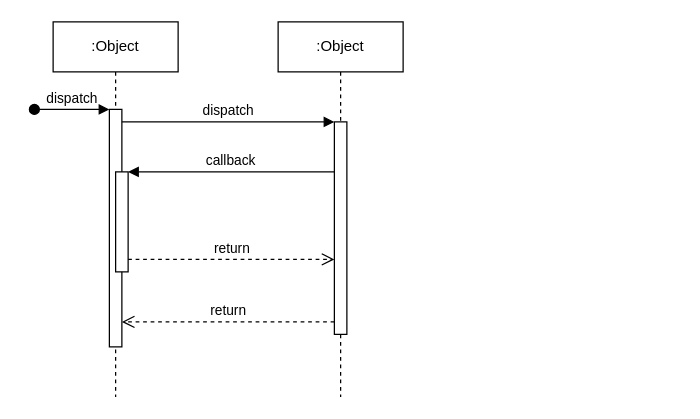
Earlier version of the draw.io diagram Diagramme de séquence EcoRide.drawio (elodiealix91620/EcoRide). Source tidied: cells renumbered, new cells numbered last; positions are measured from the earlier drawing's top-left corner, leaving out a move shared by most shapes. Both pictures are drawn from the tidied source at 125%, with x=0, y=0 at pixel (34, 21).
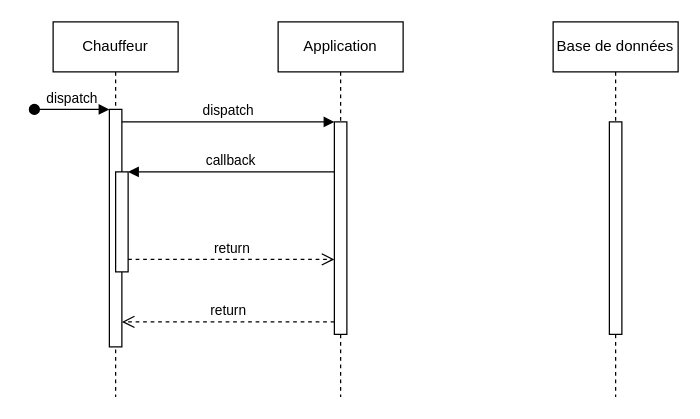
The same diagram, later.

Commit message:
Mettre à jour Diagramme de séquence EcoRide.drawio

Change to the diagram source:
```diff
@@
 <mxGraphModel>
   <root>
     <mxCell id="0" />
     <mxCell id="1" parent="0" />
-    <mxCell id="2" value=":Object" style="shape=umlLifeline;perimeter=lifelinePerimeter;whiteSpace=wrap;html=1;newEdgeStyle={&quot;edgeStyle&quot;:&quot;elbowEdgeStyle&quot;,&quot;elbow&quot;:&quot;vertical&quot;,&quot;curved&quot;:0,&quot;rounded&quot;:0};" parent="1" vertex="1">
+    <mxCell id="2" value="Chauffeur" style="shape=umlLifeline;perimeter=lifelinePerimeter;whiteSpace=wrap;html=1;newEdgeStyle={&quot;edgeStyle&quot;:&quot;elbowEdgeStyle&quot;,&quot;elbow&quot;:&quot;vertical&quot;,&quot;curved&quot;:0,&quot;rounded&quot;:0};" parent="1" vertex="1">
       <mxGeometry x="15" width="100" height="300" as="geometry" />
     </mxCell>
     <mxCell id="3" style="html=1;points=[];perimeter=orthogonalPerimeter;outlineConnect=0;targetShapes=umlLifeline;portConstraint=eastwest;newEdgeStyle={&quot;edgeStyle&quot;:&quot;elbowEdgeStyle&quot;,&quot;elbow&quot;:&quot;vertical&quot;,&quot;curved&quot;:0,&quot;rounded&quot;:0};" parent="2" vertex="1">
       <mxGeometry x="45" y="70" width="10" height="190" as="geometry" />
     </mxCell>
     <mxCell id="4" value="dispatch" style="html=1;verticalAlign=bottom;startArrow=oval;endArrow=block;startSize=8;edgeStyle=elbowEdgeStyle;elbow=vertical;curved=0;rounded=0;" parent="2" edge="1" target="3">
       <mxGeometry relative="1" as="geometry">
         <mxPoint x="-15" y="70" as="sourcePoint" />
       </mxGeometry>
     </mxCell>
     <mxCell id="5" style="html=1;points=[];perimeter=orthogonalPerimeter;outlineConnect=0;targetShapes=umlLifeline;portConstraint=eastwest;newEdgeStyle={&quot;edgeStyle&quot;:&quot;elbowEdgeStyle&quot;,&quot;elbow&quot;:&quot;vertical&quot;,&quot;curved&quot;:0,&quot;rounded&quot;:0};" parent="2" vertex="1">
       <mxGeometry x="50" y="120" width="10" height="80" as="geometry" />
     </mxCell>
-    <mxCell id="6" value=":Object" style="shape=umlLifeline;perimeter=lifelinePerimeter;whiteSpace=wrap;html=1;newEdgeStyle={&quot;edgeStyle&quot;:&quot;elbowEdgeStyle&quot;,&quot;elbow&quot;:&quot;vertical&quot;,&quot;curved&quot;:0,&quot;rounded&quot;:0};" parent="1" vertex="1">
+    <mxCell id="6" value="Application" style="shape=umlLifeline;perimeter=lifelinePerimeter;whiteSpace=wrap;html=1;newEdgeStyle={&quot;edgeStyle&quot;:&quot;elbowEdgeStyle&quot;,&quot;elbow&quot;:&quot;vertical&quot;,&quot;curved&quot;:0,&quot;rounded&quot;:0};" parent="1" vertex="1">
       <mxGeometry x="195" width="100" height="300" as="geometry" />
     </mxCell>
     <mxCell id="7" style="html=1;points=[];perimeter=orthogonalPerimeter;outlineConnect=0;targetShapes=umlLifeline;portConstraint=eastwest;newEdgeStyle={&quot;edgeStyle&quot;:&quot;elbowEdgeStyle&quot;,&quot;elbow&quot;:&quot;vertical&quot;,&quot;curved&quot;:0,&quot;rounded&quot;:0};" parent="6" vertex="1">
       <mxGeometry x="45" y="80" width="10" height="170" as="geometry" />
     </mxCell>
     <mxCell id="8" value="dispatch" style="html=1;verticalAlign=bottom;endArrow=block;edgeStyle=elbowEdgeStyle;elbow=vertical;curved=0;rounded=0;" parent="1" edge="1" source="3" target="7">
       <mxGeometry relative="1" as="geometry">
         <Array as="points">
           <mxPoint x="155" y="80" />
         </Array>
       </mxGeometry>
     </mxCell>
     <mxCell id="9" value="return" style="html=1;verticalAlign=bottom;endArrow=open;dashed=1;endSize=8;edgeStyle=elbowEdgeStyle;elbow=vertical;curved=0;rounded=0;" parent="1" edge="1" source="7" target="3">
       <mxGeometry relative="1" as="geometry">
         <Array as="points">
           <mxPoint x="165" y="240" />
         </Array>
       </mxGeometry>
     </mxCell>
     <mxCell id="10" value="callback" style="html=1;verticalAlign=bottom;endArrow=block;edgeStyle=elbowEdgeStyle;elbow=vertical;curved=0;rounded=0;" parent="1" edge="1" source="7" target="5">
       <mxGeometry relative="1" as="geometry">
         <Array as="points">
           <mxPoint x="165" y="120" />
         </Array>
       </mxGeometry>
     </mxCell>
     <mxCell id="11" value="return" style="html=1;verticalAlign=bottom;endArrow=open;dashed=1;endSize=8;edgeStyle=elbowEdgeStyle;elbow=vertical;curved=0;rounded=0;" parent="1" edge="1" source="5" target="7">
       <mxGeometry relative="1" as="geometry">
         <Array as="points">
           <mxPoint x="155" y="190" />
         </Array>
       </mxGeometry>
     </mxCell>
+    <mxCell id="12" value="Base de données" style="shape=umlLifeline;perimeter=lifelinePerimeter;whiteSpace=wrap;html=1;newEdgeStyle={&quot;edgeStyle&quot;:&quot;elbowEdgeStyle&quot;,&quot;elbow&quot;:&quot;vertical&quot;,&quot;curved&quot;:0,&quot;rounded&quot;:0};" parent="1" vertex="1">
+      <mxGeometry x="415" width="100" height="300" as="geometry" />
+    </mxCell>
+    <mxCell id="13" style="html=1;perimeter=orthogonalPerimeter;targetShapes=umlLifeline;newEdgeStyle={&quot;edgeStyle&quot;:&quot;elbowEdgeStyle&quot;,&quot;elbow&quot;:&quot;vertical&quot;,&quot;curved&quot;:0,&quot;rounded&quot;:0};" parent="12" vertex="1">
+      <mxGeometry x="45" y="80" width="10" height="170" as="geometry" />
+    </mxCell>
   </root>
 </mxGraphModel>
```
